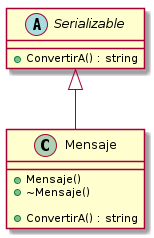
This is diagramas/clases/relacion_herencia_clase_abstracta.png from diegosanchez/invap-modulo-uml, a PlantUML export, as it was before one commit.
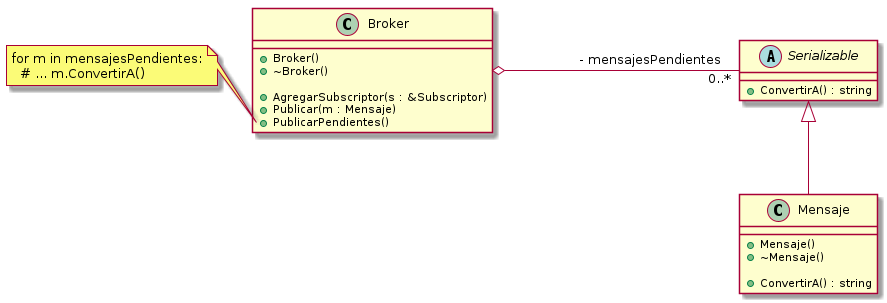
The same file after the commit.

Commit message:
[clases] Clase abstracta

Diff of the diagram source:
```diff
@@ -1,9 +1,10 @@
 @startuml
 
+!include clase_broker.plantuml
 !include clase_mensaje.plantuml
 !include clase_serializable.plantuml
 
-
+Broker o- "0..*" Serializable: "\t\t - mensajesPendientes"
 Serializable <|-- Mensaje
 
 @enduml
```
